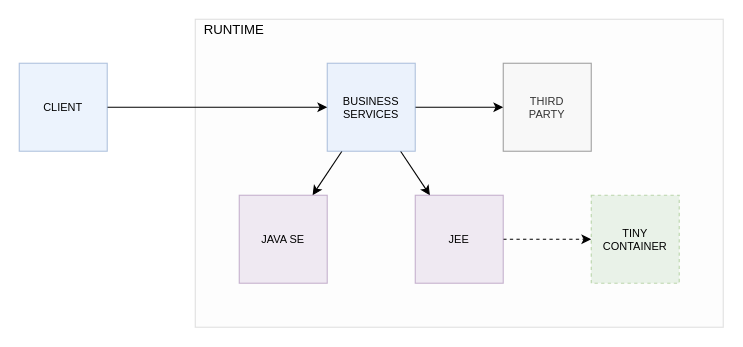
Before: page "App Dependencies" (3 of 14) of docs/container.drawio in js-lib-com/tiny-container, a draw.io diagram. Source tidied: cells renumbered, new cells numbered last; positions are measured from the earlier drawing's top-left corner, leaving out a move shared by most shapes. Both pictures are drawn from the tidied source at 110%, with x=0, y=0 at pixel (19, 19).
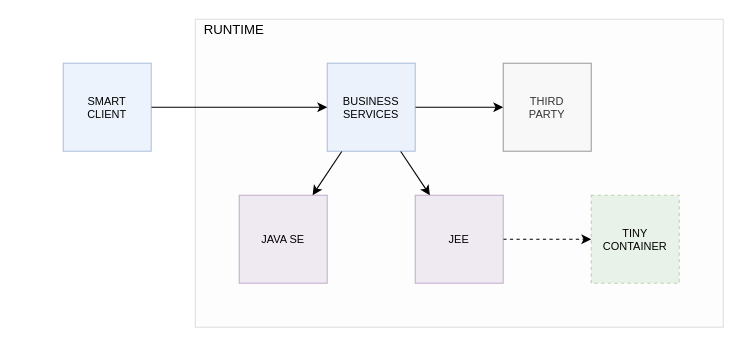
Above is the later version.

What changed in the source:
```diff
@@
 <mxGraphModel>
   <root>
     <mxCell id="0" />
     <mxCell id="1" parent="0" />
     <mxCell id="2" style="rounded=0;whiteSpace=wrap;html=1;fontSize=10;opacity=20;fillColor=#f5f5f5;strokeColor=#666666;fontColor=#333333;" parent="1" vertex="1">
       <mxGeometry x="160" width="480" height="280" as="geometry" />
     </mxCell>
     <mxCell id="3" style="rounded=0;jettySize=auto;html=1;fontSize=11;" parent="1" edge="1" source="6" target="7">
       <mxGeometry relative="1" as="geometry" />
     </mxCell>
     <mxCell id="4" style="edgeStyle=none;rounded=0;jettySize=auto;html=1;fontSize=11;" parent="1" edge="1" source="6" target="9">
       <mxGeometry relative="1" as="geometry" />
     </mxCell>
     <mxCell id="5" style="edgeStyle=none;rounded=0;jettySize=auto;html=1;fontSize=11;" parent="1" edge="1" source="6" target="11">
       <mxGeometry relative="1" as="geometry" />
     </mxCell>
     <mxCell id="6" value="BUSINESS&lt;br style=&quot;font-size: 10px;&quot;&gt;SERVICES" style="whiteSpace=wrap;html=1;fontSize=10;fillColor=#dae8fc;strokeColor=#6c8ebf;opacity=50;" parent="1" vertex="1">
       <mxGeometry x="280" y="40" width="80" height="80" as="geometry" />
     </mxCell>
     <mxCell id="7" value="JAVA SE" style="whiteSpace=wrap;html=1;fontSize=10;fillColor=#e1d5e7;strokeColor=#9673a6;opacity=50;" parent="1" vertex="1">
       <mxGeometry x="200" y="160" width="80" height="80" as="geometry" />
     </mxCell>
     <mxCell id="8" style="edgeStyle=none;rounded=0;jettySize=auto;html=1;dashed=1;fontSize=11;" parent="1" edge="1" source="9" target="10">
       <mxGeometry relative="1" as="geometry" />
     </mxCell>
     <mxCell id="9" value="JEE" style="whiteSpace=wrap;html=1;fontSize=10;fillColor=#e1d5e7;strokeColor=#9673a6;opacity=50;" parent="1" vertex="1">
       <mxGeometry x="360" y="160" width="80" height="80" as="geometry" />
     </mxCell>
     <mxCell id="10" value="TINY&lt;br style=&quot;font-size: 10px;&quot;&gt;CONTAINER" style="whiteSpace=wrap;html=1;fontSize=10;fillColor=#d5e8d4;strokeColor=#82b366;opacity=50;dashed=1;" parent="1" vertex="1">
       <mxGeometry x="520" y="160" width="80" height="80" as="geometry" />
     </mxCell>
     <mxCell id="11" value="THIRD&lt;br&gt;PARTY" style="whiteSpace=wrap;html=1;fontSize=10;fillColor=#f5f5f5;strokeColor=#666666;fontColor=#333333;opacity=60;" parent="1" vertex="1">
       <mxGeometry x="440" y="40" width="80" height="80" as="geometry" />
     </mxCell>
     <mxCell id="12" style="edgeStyle=none;rounded=0;jettySize=auto;html=1;fontSize=12;" parent="1" edge="1" source="13" target="6">
       <mxGeometry relative="1" as="geometry" />
     </mxCell>
-    <mxCell id="13" value="CLIENT" style="whiteSpace=wrap;html=1;fontSize=10;opacity=50;fillColor=#dae8fc;strokeColor=#6c8ebf;" parent="1" vertex="1">
-      <mxGeometry y="40" width="80" height="80" as="geometry" />
+    <mxCell id="13" value="SMART&lt;br&gt;CLIENT" style="whiteSpace=wrap;html=1;fontSize=10;opacity=50;fillColor=#dae8fc;strokeColor=#6c8ebf;" parent="1" vertex="1">
+      <mxGeometry x="40" y="40" width="80" height="80" as="geometry" />
     </mxCell>
     <mxCell id="14" value="RUNTIME" style="text;html=1;align=center;verticalAlign=middle;strokeColor=none;fillColor=none;fontSize=12;" parent="1" vertex="1">
       <mxGeometry x="160" width="70" height="20" as="geometry" />
     </mxCell>
   </root>
 </mxGraphModel>
```
